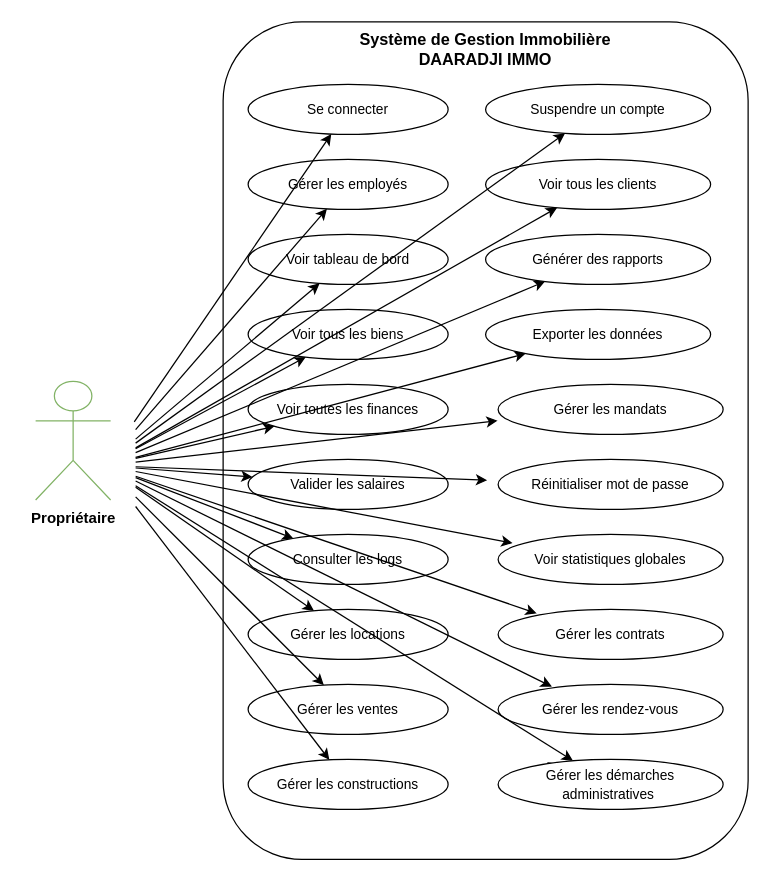
Above: page "UseCase-Proprietaire" (2 of 6) of diagramme-contexte.drawio in Awa-ndao/gestion-immobiliere-daaradji (draw.io), before the change. Source tidied: cells renumbered, new cells numbered last; positions are measured from the earlier drawing's top-left corner, leaving out a move shared by most shapes. Both pictures are drawn from the tidied source at 125%, with x=0, y=0 at pixel (35, 21).
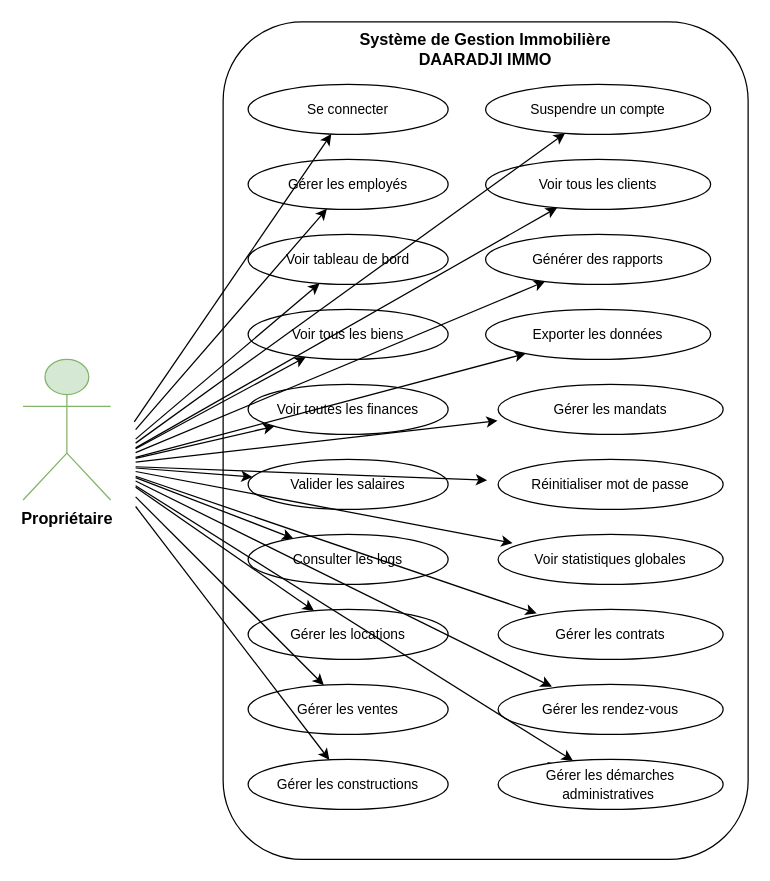
After the change.

Commit message:
Mettre à jour UseCase-Proprietaire.drawio

Change to the diagram source:
```diff
@@
-    <mxCell id="42" value="&lt;span style=&quot;font-weight: 700; white-space: normal;&quot;&gt;Propriétaire&lt;/span&gt;&lt;br style=&quot;font-weight: 700; white-space: normal;&quot;&gt;" style="shape=umlActor;verticalLabelPosition=bottom;verticalAlign=top;html=1;fillColor=#ffffff;strokeColor=#82b366;" parent="1" vertex="1">
-      <mxGeometry y="287.5" width="60" height="95" as="geometry" />
+    <mxCell id="42" value="&lt;span style=&quot;font-weight: 700; white-space: normal;&quot;&gt;&lt;font style=&quot;font-size: 13px;&quot;&gt;Propriétaire&lt;/font&gt;&lt;/span&gt;" style="shape=umlActor;verticalLabelPosition=bottom;verticalAlign=top;html=1;fillColor=#d5e8d4;strokeColor=#82b366;" parent="1" vertex="1">
+      <mxGeometry x="-10" y="270" width="70" height="112.5" as="geometry" />
     </mxCell>
```
